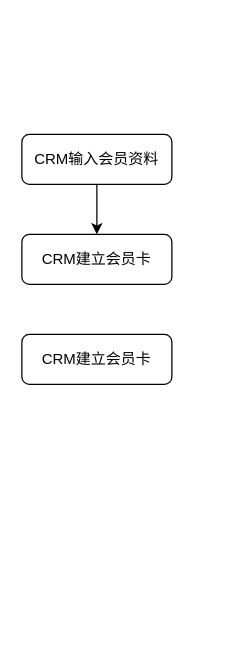
Above: page "会员注册(CRM发起)" (2 of 5) of DM会员注册.drawio in luss613/draw.io (draw.io), before the change. Source tidied: cells renumbered, new cells numbered last; positions are measured from the earlier drawing's top-left corner, leaving out a move shared by most shapes. Both pictures are drawn from the tidied source at 125%, with x=0, y=0 at pixel (21, 134).
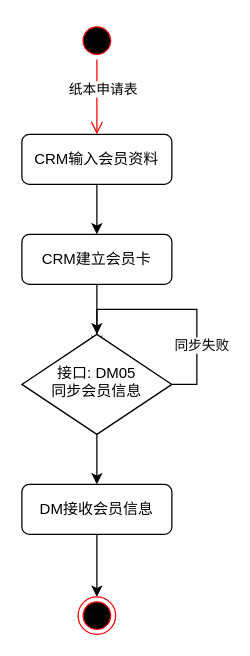
Above is the later version.

What changed in the source:
```diff
@@
 <mxGraphModel>
   <root>
     <mxCell id="0" />
     <mxCell id="1" parent="0" />
     <mxCell id="2" style="edgeStyle=orthogonalEdgeStyle;rounded=0;jettySize=auto;html=1;" parent="1" edge="1" source="3" target="4">
       <mxGeometry relative="1" as="geometry" />
     </mxCell>
     <mxCell id="3" value="CRM输入会员资料" style="rounded=1;whiteSpace=wrap;html=1;fontSize=12;glass=0;strokeWidth=1;shadow=0;" parent="1" vertex="1">
       <mxGeometry width="120" height="40" as="geometry" />
     </mxCell>
+    <mxCell id="6" style="edgeStyle=orthogonalEdgeStyle;rounded=0;jettySize=auto;html=1;" parent="1" edge="1" source="4" target="10">
+      <mxGeometry relative="1" as="geometry" />
+    </mxCell>
     <mxCell id="4" value="CRM建立会员卡" style="rounded=1;whiteSpace=wrap;html=1;fontSize=12;glass=0;strokeWidth=1;shadow=0;" parent="1" vertex="1">
       <mxGeometry y="80" width="120" height="40" as="geometry" />
     </mxCell>
-    <mxCell id="5" value="CRM建立会员卡" style="rounded=1;whiteSpace=wrap;html=1;fontSize=12;glass=0;strokeWidth=1;shadow=0;" parent="1" vertex="1">
-      <mxGeometry y="160" width="120" height="40" as="geometry" />
-    </mxCell>
+    <mxCell id="7" style="edgeStyle=orthogonalEdgeStyle;rounded=0;jettySize=auto;html=1;exitX=1;exitY=0.5;exitDx=0;exitDy=0;" parent="1" edge="1" source="10">
+      <mxGeometry relative="1" as="geometry">
+        <mxPoint x="60" y="170" as="targetPoint" />
+        <Array as="points">
+          <mxPoint x="140" y="200" />
+          <mxPoint x="140" y="140" />
+          <mxPoint x="60" y="140" />
+        </Array>
+      </mxGeometry>
+    </mxCell>
+    <mxCell id="8" value="同步失败" style="edgeLabel;html=1;align=center;verticalAlign=middle;" parent="7" vertex="1">
+      <mxGeometry x="-0.45" y="-3" relative="1" as="geometry" />
+    </mxCell>
+    <mxCell id="9" style="edgeStyle=orthogonalEdgeStyle;rounded=0;jettySize=auto;html=1;" parent="1" edge="1" source="10" target="12">
+      <mxGeometry relative="1" as="geometry" />
+    </mxCell>
+    <mxCell id="10" value="接口: DM05&lt;br&gt;同步会员信息" style="rhombus;whiteSpace=wrap;html=1;shadow=0;fontFamily=Helvetica;fontSize=12;align=center;strokeWidth=1;spacing=6;spacingTop=-4;" parent="1" vertex="1">
+      <mxGeometry y="160" width="120" height="80" as="geometry" />
+    </mxCell>
+    <mxCell id="11" style="edgeStyle=orthogonalEdgeStyle;rounded=0;jettySize=auto;html=1;" parent="1" edge="1" source="12" target="16">
+      <mxGeometry relative="1" as="geometry" />
+    </mxCell>
+    <mxCell id="12" value="DM接收会员信息" style="rounded=1;whiteSpace=wrap;html=1;fontSize=12;glass=0;strokeWidth=1;shadow=0;" parent="1" vertex="1">
+      <mxGeometry y="280" width="120" height="40" as="geometry" />
+    </mxCell>
+    <mxCell id="13" style="ellipse;html=1;shape=startState;fillColor=#000000;strokeColor=#ff0000;" parent="1" vertex="1">
+      <mxGeometry x="45" y="-90" width="30" height="30" as="geometry" />
+    </mxCell>
+    <mxCell id="14" style="edgeStyle=orthogonalEdgeStyle;html=1;verticalAlign=bottom;endArrow=open;endSize=8;strokeColor=#ff0000;" parent="1" edge="1" source="13">
+      <mxGeometry relative="1" as="geometry">
+        <mxPoint x="60" as="targetPoint" />
+      </mxGeometry>
+    </mxCell>
+    <mxCell id="15" value="纸本申请表" style="edgeLabel;html=1;align=center;verticalAlign=middle;" parent="14" vertex="1">
+      <mxGeometry x="-0.23" y="4" relative="1" as="geometry" />
+    </mxCell>
+    <mxCell id="16" style="ellipse;html=1;shape=endState;fillColor=#000000;strokeColor=#ff0000;" parent="1" vertex="1">
+      <mxGeometry x="45" y="370" width="30" height="30" as="geometry" />
+    </mxCell>
   </root>
 </mxGraphModel>
```
